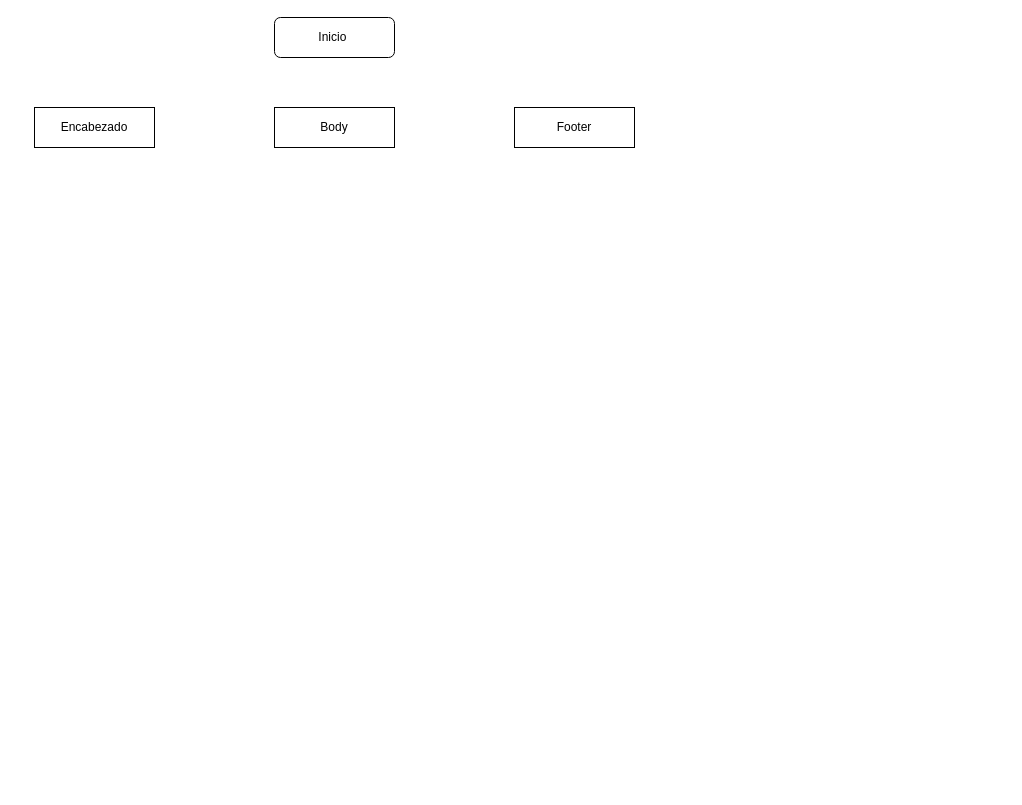
ana-zn/Grupo7 keeps this draw.io diagram as diagrama.drawio. Above is the earlier version. Source tidied: cells renumbered, new cells numbered last; positions are measured from the earlier drawing's top-left corner, leaving out a move shared by most shapes. Both pictures are drawn from the tidied source at 100%, with x=0, y=0 at pixel (34, 17).
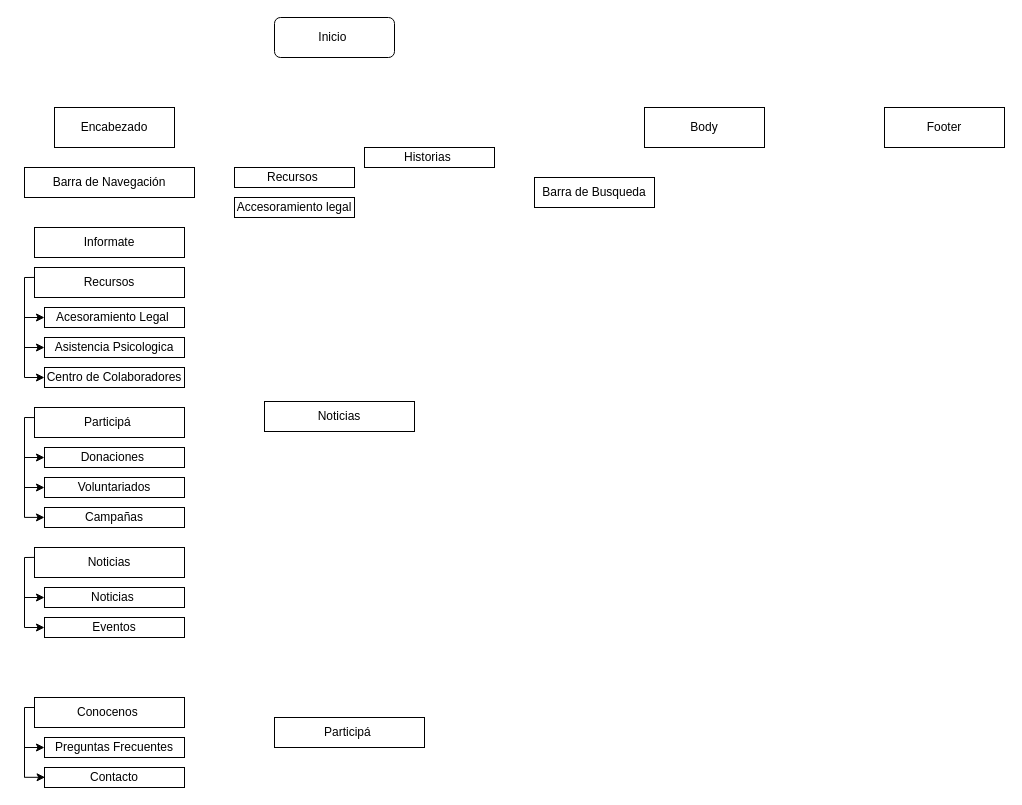
Above is the later version.

Commit message:
Nuevas Modificacions: Barra de Navegacion

The edit, as a diff of the source:
```diff
@@
     <mxCell id="3" value="Encabezado" style="rounded=0;whiteSpace=wrap;html=1;" parent="1" vertex="1">
-      <mxGeometry y="90" width="120" height="40" as="geometry" />
+      <mxGeometry x="20" y="90" width="120" height="40" as="geometry" />
     </mxCell>
     <mxCell id="4" value="Body" style="rounded=0;whiteSpace=wrap;html=1;" parent="1" vertex="1">
-      <mxGeometry x="240" y="90" width="120" height="40" as="geometry" />
+      <mxGeometry x="610" y="90" width="120" height="40" as="geometry" />
     </mxCell>
     <mxCell id="5" value="Footer" style="rounded=0;whiteSpace=wrap;html=1;" parent="1" vertex="1">
-      <mxGeometry x="480" y="90" width="120" height="40" as="geometry" />
+      <mxGeometry x="850" y="90" width="120" height="40" as="geometry" />
     </mxCell>
+    <mxCell id="6" value="Barra de Navegación" style="rounded=0;whiteSpace=wrap;html=1;" parent="1" vertex="1">
+      <mxGeometry x="-10" y="150" width="170" height="30" as="geometry" />
+    </mxCell>
+    <mxCell id="7" value="Informate" style="rounded=0;whiteSpace=wrap;html=1;" parent="1" vertex="1">
+      <mxGeometry y="210" width="150" height="30" as="geometry" />
+    </mxCell>
+    <mxCell id="8" value="Recursos&amp;nbsp;" style="rounded=0;whiteSpace=wrap;html=1;" parent="1" vertex="1">
+      <mxGeometry x="200" y="150" width="120" height="20" as="geometry" />
+    </mxCell>
+    <mxCell id="9" value="Historias&amp;nbsp;" style="rounded=0;whiteSpace=wrap;html=1;" parent="1" vertex="1">
+      <mxGeometry x="330" y="130" width="130" height="20" as="geometry" />
+    </mxCell>
+    <mxCell id="10" value="Participá&amp;nbsp;" style="rounded=0;whiteSpace=wrap;html=1;" parent="1" vertex="1">
+      <mxGeometry y="390" width="150" height="30" as="geometry" />
+    </mxCell>
+    <mxCell id="11" value="Conocenos&amp;nbsp;" style="rounded=0;whiteSpace=wrap;html=1;" parent="1" vertex="1">
+      <mxGeometry y="680" width="150" height="30" as="geometry" />
+    </mxCell>
+    <mxCell id="12" value="Preguntas Frecuentes" style="rounded=0;whiteSpace=wrap;html=1;" parent="1" vertex="1">
+      <mxGeometry x="10" y="720" width="140" height="20" as="geometry" />
+    </mxCell>
+    <mxCell id="13" value="Barra de Busqueda" style="rounded=0;whiteSpace=wrap;html=1;" parent="1" vertex="1">
+      <mxGeometry x="500" y="160" width="120" height="30" as="geometry" />
+    </mxCell>
+    <mxCell id="14" value="Accesoramiento legal" style="rounded=0;whiteSpace=wrap;html=1;" parent="1" vertex="1">
+      <mxGeometry x="200" y="180" width="120" height="20" as="geometry" />
+    </mxCell>
+    <mxCell id="15" value="Contacto" style="rounded=0;whiteSpace=wrap;html=1;" parent="1" vertex="1">
+      <mxGeometry x="10" y="750" width="140" height="20" as="geometry" />
+    </mxCell>
+    <mxCell id="16" style="endArrow=none;html=1;entryX=0;entryY=0.334;entryDx=0;entryDy=0;entryPerimeter=0;" parent="1" edge="1" target="11">
+      <mxGeometry relative="1" as="geometry">
+        <mxPoint x="-10" y="690" as="sourcePoint" />
+      </mxGeometry>
+    </mxCell>
+    <mxCell id="17" style="endArrow=none;html=1;" parent="1" edge="1">
+      <mxGeometry relative="1" as="geometry">
+        <mxPoint x="-10" y="760" as="sourcePoint" />
+        <mxPoint x="-10" y="690" as="targetPoint" />
+      </mxGeometry>
+    </mxCell>
+    <mxCell id="18" style="endArrow=classic;html=1;entryX=0;entryY=0.5;entryDx=0;entryDy=0;" parent="1" edge="1" target="12">
+      <mxGeometry relative="1" as="geometry">
+        <mxPoint x="-10" y="730" as="sourcePoint" />
+        <Array as="points">
+          <mxPoint x="10" y="730" />
+        </Array>
+      </mxGeometry>
+    </mxCell>
+    <mxCell id="19" style="endArrow=classic;html=1;" parent="1" edge="1">
+      <mxGeometry relative="1" as="geometry">
+        <mxPoint x="-10" y="759.8" as="sourcePoint" />
+        <mxPoint x="10" y="760" as="targetPoint" />
+        <Array as="points">
+          <mxPoint x="10.6" y="759.8" />
+        </Array>
+      </mxGeometry>
+    </mxCell>
+    <mxCell id="20" value="Donaciones&amp;nbsp;" style="rounded=0;whiteSpace=wrap;html=1;" parent="1" vertex="1">
+      <mxGeometry x="10" y="430" width="140" height="20" as="geometry" />
+    </mxCell>
+    <mxCell id="21" value="Voluntariados" style="rounded=0;whiteSpace=wrap;html=1;" parent="1" vertex="1">
+      <mxGeometry x="10" y="460" width="140" height="20" as="geometry" />
+    </mxCell>
+    <mxCell id="22" style="endArrow=none;html=1;" parent="1" edge="1">
+      <mxGeometry relative="1" as="geometry">
+        <mxPoint x="-10" y="500" as="sourcePoint" />
+        <mxPoint x="-10" y="400" as="targetPoint" />
+      </mxGeometry>
+    </mxCell>
+    <mxCell id="23" style="endArrow=none;html=1;entryX=0;entryY=0.336;entryDx=0;entryDy=0;entryPerimeter=0;" parent="1" edge="1" target="10">
+      <mxGeometry relative="1" as="geometry">
+        <mxPoint x="-10" y="400" as="sourcePoint" />
+      </mxGeometry>
+    </mxCell>
+    <mxCell id="24" style="endArrow=classic;html=1;entryX=0;entryY=0.5;entryDx=0;entryDy=0;" parent="1" edge="1" target="20">
+      <mxGeometry relative="1" as="geometry">
+        <mxPoint x="-10" y="440" as="sourcePoint" />
+      </mxGeometry>
+    </mxCell>
+    <mxCell id="25" style="endArrow=classic;html=1;entryX=0;entryY=0.5;entryDx=0;entryDy=0;" parent="1" edge="1" target="21">
+      <mxGeometry relative="1" as="geometry">
+        <mxPoint x="-10" y="470" as="sourcePoint" />
+      </mxGeometry>
+    </mxCell>
+    <mxCell id="26" value="Recursos" style="rounded=0;whiteSpace=wrap;html=1;" parent="1" vertex="1">
+      <mxGeometry y="250" width="150" height="30" as="geometry" />
+    </mxCell>
+    <mxCell id="27" value="Noticias" style="rounded=0;whiteSpace=wrap;html=1;" parent="1" vertex="1">
+      <mxGeometry x="230" y="384" width="150" height="30" as="geometry" />
+    </mxCell>
+    <mxCell id="28" value="Noticias" style="rounded=0;whiteSpace=wrap;html=1;" parent="1" vertex="1">
+      <mxGeometry y="530" width="150" height="30" as="geometry" />
+    </mxCell>
+    <mxCell id="29" value="Acesoramiento Legal&amp;nbsp;" style="rounded=0;whiteSpace=wrap;html=1;" parent="1" vertex="1">
+      <mxGeometry x="10" y="290" width="140" height="20" as="geometry" />
+    </mxCell>
+    <mxCell id="30" value="Asistencia Psicologica" style="rounded=0;whiteSpace=wrap;html=1;" parent="1" vertex="1">
+      <mxGeometry x="10" y="320" width="140" height="20" as="geometry" />
+    </mxCell>
+    <mxCell id="31" value="Centro de Colaboradores" style="rounded=0;whiteSpace=wrap;html=1;" parent="1" vertex="1">
+      <mxGeometry x="10" y="350" width="140" height="20" as="geometry" />
+    </mxCell>
+    <mxCell id="32" style="endArrow=none;html=1;entryX=0.002;entryY=0.331;entryDx=0;entryDy=0;entryPerimeter=0;" parent="1" edge="1" target="26">
+      <mxGeometry relative="1" as="geometry">
+        <mxPoint x="-10" y="260" as="sourcePoint" />
+      </mxGeometry>
+    </mxCell>
+    <mxCell id="33" style="endArrow=none;html=1;" parent="1" edge="1">
+      <mxGeometry relative="1" as="geometry">
+        <mxPoint x="-10" y="360" as="sourcePoint" />
+        <mxPoint x="-10" y="260" as="targetPoint" />
+      </mxGeometry>
+    </mxCell>
+    <mxCell id="34" style="endArrow=classic;html=1;entryX=0;entryY=0.5;entryDx=0;entryDy=0;" parent="1" edge="1" target="29">
+      <mxGeometry relative="1" as="geometry">
+        <mxPoint x="-10" y="300" as="sourcePoint" />
+      </mxGeometry>
+    </mxCell>
+    <mxCell id="35" style="endArrow=classic;html=1;" parent="1" edge="1" target="30">
+      <mxGeometry relative="1" as="geometry">
+        <mxPoint x="-10" y="330" as="sourcePoint" />
+      </mxGeometry>
+    </mxCell>
+    <mxCell id="36" style="endArrow=classic;html=1;entryX=0;entryY=0.5;entryDx=0;entryDy=0;" parent="1" edge="1" target="31">
+      <mxGeometry relative="1" as="geometry">
+        <mxPoint x="-10" y="360" as="sourcePoint" />
+      </mxGeometry>
+    </mxCell>
+    <mxCell id="37" value="Campañas" style="rounded=0;whiteSpace=wrap;html=1;" parent="1" vertex="1">
+      <mxGeometry x="10" y="490" width="140" height="20" as="geometry" />
+    </mxCell>
+    <mxCell id="38" style="endArrow=classic;html=1;entryX=0;entryY=0.5;entryDx=0;entryDy=0;" parent="1" edge="1">
+      <mxGeometry relative="1" as="geometry">
+        <mxPoint x="-10" y="499.9" as="sourcePoint" />
+        <mxPoint x="10" y="499.9" as="targetPoint" />
+      </mxGeometry>
+    </mxCell>
+    <mxCell id="39" value="Participá&amp;nbsp;" style="rounded=0;whiteSpace=wrap;html=1;" parent="1" vertex="1">
+      <mxGeometry x="240" y="700" width="150" height="30" as="geometry" />
+    </mxCell>
+    <mxCell id="40" value="Noticias&amp;nbsp;" style="rounded=0;whiteSpace=wrap;html=1;" parent="1" vertex="1">
+      <mxGeometry x="10" y="570" width="140" height="20" as="geometry" />
+    </mxCell>
+    <mxCell id="41" value="Eventos" style="rounded=0;whiteSpace=wrap;html=1;" parent="1" vertex="1">
+      <mxGeometry x="10" y="600" width="140" height="20" as="geometry" />
+    </mxCell>
+    <mxCell id="42" style="endArrow=none;html=1;entryX=-0.001;entryY=0.33;entryDx=0;entryDy=0;entryPerimeter=0;" parent="1" edge="1" target="28">
+      <mxGeometry relative="1" as="geometry">
+        <mxPoint x="-10" y="540" as="sourcePoint" />
+      </mxGeometry>
+    </mxCell>
+    <mxCell id="43" style="endArrow=none;html=1;" parent="1" edge="1">
+      <mxGeometry relative="1" as="geometry">
+        <mxPoint x="-10" y="610" as="sourcePoint" />
+        <mxPoint x="-10" y="540" as="targetPoint" />
+      </mxGeometry>
+    </mxCell>
+    <mxCell id="44" style="endArrow=classic;html=1;entryX=0;entryY=0.5;entryDx=0;entryDy=0;" parent="1" edge="1" target="40">
+      <mxGeometry relative="1" as="geometry">
+        <mxPoint x="-10" y="580" as="sourcePoint" />
+      </mxGeometry>
+    </mxCell>
+    <mxCell id="45" style="endArrow=classic;html=1;entryX=0;entryY=0.5;entryDx=0;entryDy=0;" parent="1" edge="1" target="41">
+      <mxGeometry relative="1" as="geometry">
+        <mxPoint x="-10" y="610" as="sourcePoint" />
+      </mxGeometry>
+    </mxCell>
```
